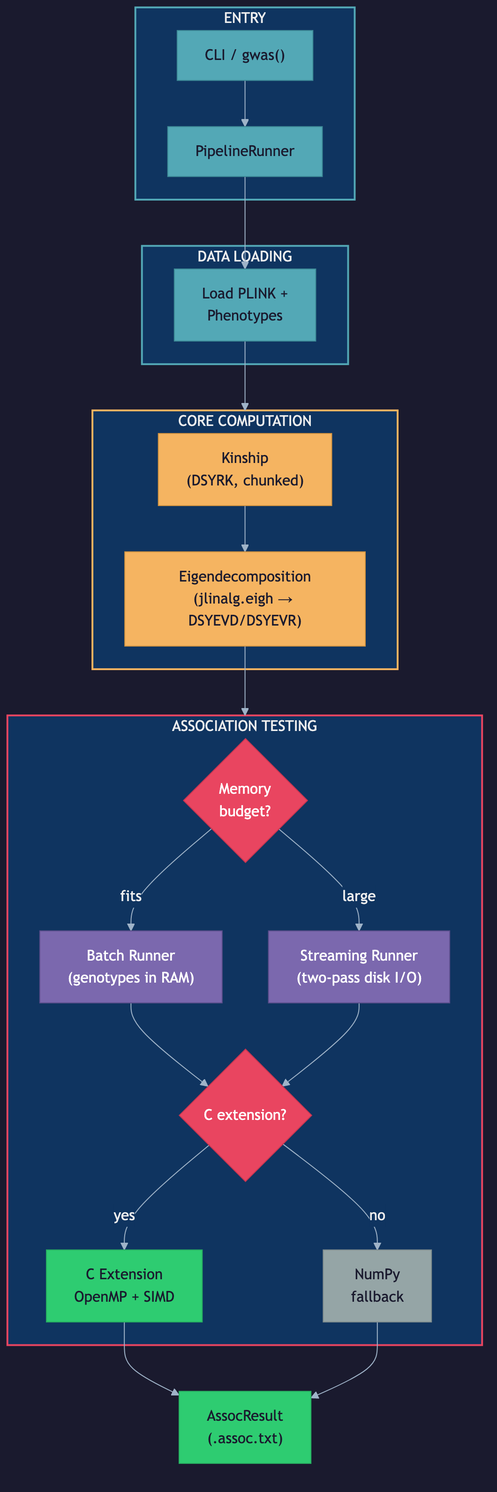
This is docs/architecture.png from michael-denyer/jamma, a Mermaid export, as it was before one commit. Its source is kept beside it as docs/architecture.mmd.
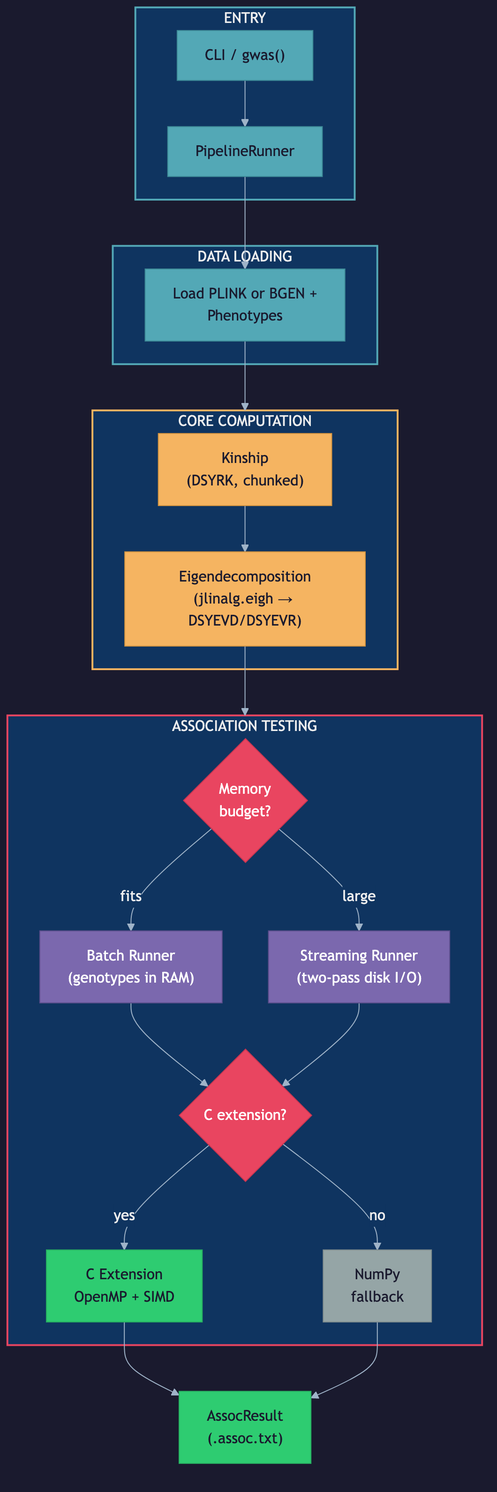
After the commit.

Commit message:
docs: bring the guides up to date with BGEN input and the -hwe rules (#468)

Diff of the diagram source:
```diff
@@ -14,7 +14,7 @@
     end
 
     subgraph IO["DATA LOADING"]
-        LOAD["Load PLINK +<br/>Phenotypes"]
+        LOAD["Load PLINK or BGEN +<br/>Phenotypes"]
     end
 
     subgraph CORE["CORE COMPUTATION"]
```
